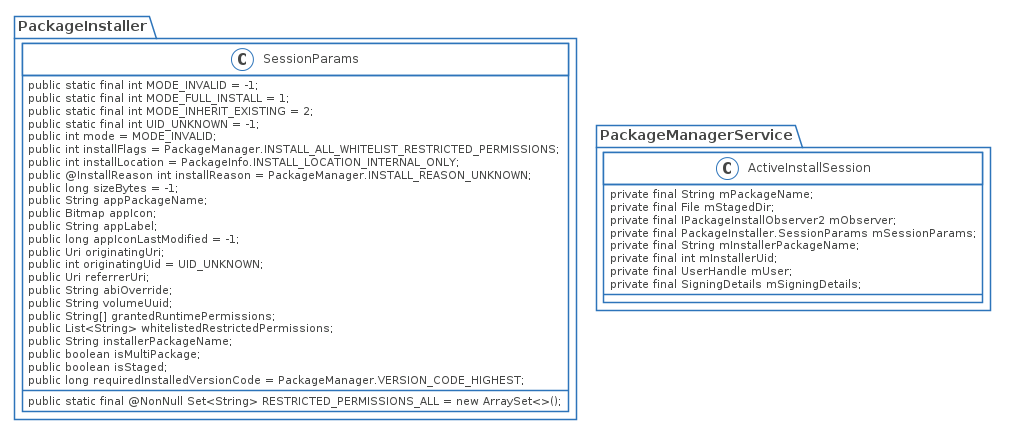
This is source/_posts/android/pkms/package-install/packageinstaller-install-package-class.png from PJH0x0/hexo-backup, a PlantUML export, as it was before one commit. Its diagram source:
```plantuml
@startuml packageinstaller-install-package-class

skinparam shadowing false
skinparam DefaultFontName Proxima Nova
skinparam ArrowColor #00b2e2
skinparam DefaultFontColor #454645

skinparam ActivityBorderColor #2D74BA
skinparam ActivityDiamondBorderColor #2D74BA
skinparam ActorBorderColor #2D74BA
skinparam AgentBorderColor #2D74BA
skinparam ArtifactBorderColor #2D74BA
skinparam BoundaryBorderColor #2D74BA
skinparam CardBorderColor #2D74BA
skinparam ClassBorderColor #2D74BA
skinparam CloudBorderColor #2D74BA
skinparam CollectionsBorderColor #2D74BA
skinparam ComponentBorderColor #2D74BA
skinparam ControlBorderColor #2D74BA
skinparam DatabaseBorderColor #2D74BA
skinparam EntityBorderColor #2D74BA
skinparam FileBorderColor #2D74BA
skinparam FolderBorderColor #2D74BA
skinparam FrameBorderColor #2D74BA
skinparam InterfaceBorderColor #2D74BA
skinparam LegendBorderColor #2D74BA
skinparam NodeBorderColor #2D74BA
skinparam NoteBorderColor #2D74BA
skinparam ObjectBorderColor #2D74BA
skinparam PackageBorderColor #2D74BA
skinparam PageBorderColor #2D74BA
skinparam ParticipantBorderColor #2D74BA
skinparam PartitionBorderColor #2D74BA
skinparam QueueBorderColor #2D74BA
skinparam RectangleBorderColor #2D74BA
skinparam SequenceBoxBorderColor #2D74BA
skinparam SequenceDividerBorderColor #2D74BA
skinparam SequenceGroupBorderColor #2D74BA
skinparam SequenceLifeLineBorderColor #2D74BA
skinparam SequenceReferenceBorderColor #2D74BA
skinparam StackBorderColor #2D74BA
skinparam StateBorderColor #2D74BA
skinparam StereotypeABorderColor #2D74BA
skinparam StereotypeCBorderColor #2D74BA
skinparam StereotypeEBorderColor #2D74BA
skinparam StereotypeIBorderColor #2D74BA
skinparam StereotypeNBorderColor #2D74BA
skinparam StorageBorderColor #2D74BA
skinparam SwimlaneBorderColor #2D74BA
skinparam UsecaseBorderColor #2D74BA

skinparam ActivityBackgroundColor #FFFFFF
skinparam ActivityDiamondBackgroundColor #FFFFFF
skinparam ActorBackgroundColor #FFFFFF
skinparam AgentBackgroundColor #FFFFFF
skinparam ArtifactBackgroundColor #FFFFFF
skinparam BackgroundColor #FFFFFF
skinparam BoundaryBackgroundColor #FFFFFF
skinparam CardBackgroundColor #FFFFFF
skinparam ClassBackgroundColor #FFFFFF
skinparam ClassHeaderBackgroundColor #FFFFFF
skinparam CloudBackgroundColor #FFFFFF
skinparam CollectionsBackgroundColor #FFFFFF
skinparam ComponentBackgroundColor #FFFFFF
skinparam ControlBackgroundColor #FFFFFF
skinparam DatabaseBackgroundColor #FFFFFF
skinparam EntityBackgroundColor #FFFFFF
skinparam FileBackgroundColor #FFFFFF
skinparam FolderBackgroundColor #FFFFFF
skinparam FrameBackgroundColor #FFFFFF
skinparam IconPackageBackgroundColor #FFFFFF
skinparam IconPrivateBackgroundColor #FFFFFF
skinparam IconProtectedBackgroundColor #FFFFFF
skinparam IconPublicBackgroundColor #FFFFFF
skinparam InterfaceBackgroundColor #FFFFFF
skinparam LegendBackgroundColor #FFFFFF
skinparam NodeBackgroundColor #FFFFFF
skinparam NoteBackgroundColor #FFFFFF
skinparam ObjectBackgroundColor #FFFFFF
skinparam PackageBackgroundColor #FFFFFF
skinparam ParticipantBackgroundColor #FFFFFF
skinparam PartitionBackgroundColor #FFFFFF
skinparam QueueBackgroundColor #FFFFFF
skinparam RectangleBackgroundColor #FFFFFF
skinparam SequenceBoxBackgroundColor #FFFFFF
skinparam SequenceDividerBackgroundColor #FFFFFF
skinparam SequenceGroupBackgroundColor #FFFFFF
skinparam SequenceGroupBodyBackgroundColor #FFFFFF
skinparam SequenceLifeLineBackgroundColor #FFFFFF
skinparam SequenceReferenceBackgroundColor #FFFFFF
skinparam SequenceReferenceHeaderBackgroundColor #FFFFFF
skinparam StackBackgroundColor #FFFFFF
skinparam StateBackgroundColor #FFFFFF
skinparam StereotypeABackgroundColor #FFFFFF
skinparam StereotypeCBackgroundColor #FFFFFF
skinparam StereotypeEBackgroundColor #FFFFFF
skinparam StereotypeIBackgroundColor #FFFFFF
skinparam StereotypeNBackgroundColor #FFFFFF
skinparam StorageBackgroundColor #FFFFFF
skinparam TitleBackgroundColor #FFFFFF
skinparam UsecaseBackgroundColor #FFFFFF

skinparam ActivityStartColor #454645
skinparam ActivityEndColor #454645
skinparam StateStartColor #454645
skinparam StateEndColor #454645
class PackageInstaller.SessionParams {
    public static final int MODE_INVALID = -1;
    public static final int MODE_FULL_INSTALL = 1;
    public static final int MODE_INHERIT_EXISTING = 2;
    public static final @NonNull Set<String> RESTRICTED_PERMISSIONS_ALL = new ArraySet<>();
    public static final int UID_UNKNOWN = -1;
    public int mode = MODE_INVALID;
    public int installFlags = PackageManager.INSTALL_ALL_WHITELIST_RESTRICTED_PERMISSIONS;
    public int installLocation = PackageInfo.INSTALL_LOCATION_INTERNAL_ONLY;
    public @InstallReason int installReason = PackageManager.INSTALL_REASON_UNKNOWN;
    public long sizeBytes = -1;
    public String appPackageName;
    public Bitmap appIcon;
    public String appLabel;
    public long appIconLastModified = -1;
    public Uri originatingUri;
    public int originatingUid = UID_UNKNOWN;
    public Uri referrerUri;
    public String abiOverride;
    public String volumeUuid;
    public String[] grantedRuntimePermissions;
    public List<String> whitelistedRestrictedPermissions;
    public String installerPackageName;
    public boolean isMultiPackage;
    public boolean isStaged;
    public long requiredInstalledVersionCode = PackageManager.VERSION_CODE_HIGHEST;
}
class PackageManagerService.ActiveInstallSession {
    private final String mPackageName;
    private final File mStagedDir;
    private final IPackageInstallObserver2 mObserver;
    private final PackageInstaller.SessionParams mSessionParams;
    private final String mInstallerPackageName;
    private final int mInstallerUid;
    private final UserHandle mUser;
    private final SigningDetails mSigningDetails;
}
@enduml
```
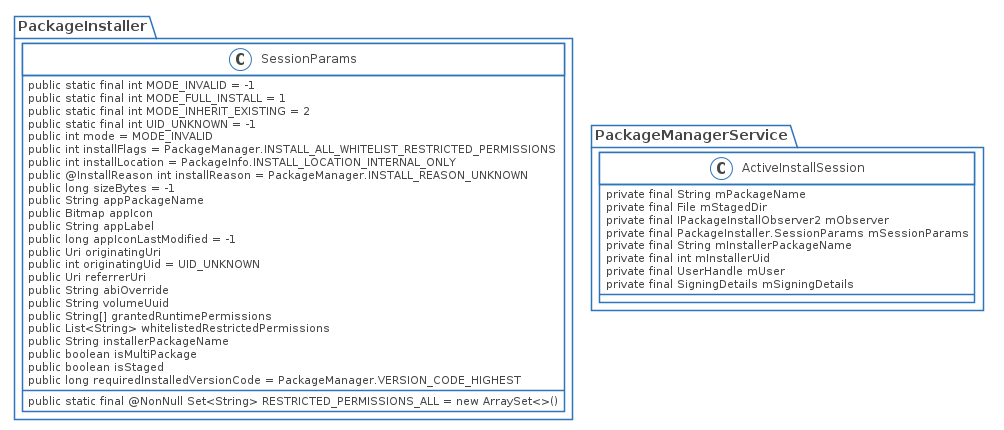
The same file after the commit.

Commit message:
<20200703><Update package install>

Change to the diagram source:
```diff
@@ -105,40 +105,40 @@
 skinparam StateStartColor #454645
 skinparam StateEndColor #454645
 class PackageInstaller.SessionParams {
-    public static final int MODE_INVALID = -1;
-    public static final int MODE_FULL_INSTALL = 1;
-    public static final int MODE_INHERIT_EXISTING = 2;
-    public static final @NonNull Set<String> RESTRICTED_PERMISSIONS_ALL = new ArraySet<>();
-    public static final int UID_UNKNOWN = -1;
-    public int mode = MODE_INVALID;
-    public int installFlags = PackageManager.INSTALL_ALL_WHITELIST_RESTRICTED_PERMISSIONS;
-    public int installLocation = PackageInfo.INSTALL_LOCATION_INTERNAL_ONLY;
-    public @InstallReason int installReason = PackageManager.INSTALL_REASON_UNKNOWN;
-    public long sizeBytes = -1;
-    public String appPackageName;
-    public Bitmap appIcon;
-    public String appLabel;
-    public long appIconLastModified = -1;
-    public Uri originatingUri;
-    public int originatingUid = UID_UNKNOWN;
-    public Uri referrerUri;
-    public String abiOverride;
-    public String volumeUuid;
-    public String[] grantedRuntimePermissions;
-    public List<String> whitelistedRestrictedPermissions;
-    public String installerPackageName;
-    public boolean isMultiPackage;
-    public boolean isStaged;
-    public long requiredInstalledVersionCode = PackageManager.VERSION_CODE_HIGHEST;
+    public static final int MODE_INVALID = -1
+    public static final int MODE_FULL_INSTALL = 1
+    public static final int MODE_INHERIT_EXISTING = 2
+    public static final @NonNull Set<String> RESTRICTED_PERMISSIONS_ALL = new ArraySet<>()
+    public static final int UID_UNKNOWN = -1
+    public int mode = MODE_INVALID
+    public int installFlags = PackageManager.INSTALL_ALL_WHITELIST_RESTRICTED_PERMISSIONS
+    public int installLocation = PackageInfo.INSTALL_LOCATION_INTERNAL_ONLY
+    public @InstallReason int installReason = PackageManager.INSTALL_REASON_UNKNOWN
+    public long sizeBytes = -1
+    public String appPackageName
+    public Bitmap appIcon
+    public String appLabel
+    public long appIconLastModified = -1
+    public Uri originatingUri
+    public int originatingUid = UID_UNKNOWN
+    public Uri referrerUri
+    public String abiOverride
+    public String volumeUuid
+    public String[] grantedRuntimePermissions
+    public List<String> whitelistedRestrictedPermissions
+    public String installerPackageName
+    public boolean isMultiPackage
+    public boolean isStaged
+    public long requiredInstalledVersionCode = PackageManager.VERSION_CODE_HIGHEST
 }
 class PackageManagerService.ActiveInstallSession {
-    private final String mPackageName;
-    private final File mStagedDir;
-    private final IPackageInstallObserver2 mObserver;
-    private final PackageInstaller.SessionParams mSessionParams;
-    private final String mInstallerPackageName;
-    private final int mInstallerUid;
-    private final UserHandle mUser;
-    private final SigningDetails mSigningDetails;
+    private final String mPackageName
+    private final File mStagedDir
+    private final IPackageInstallObserver2 mObserver
+    private final PackageInstaller.SessionParams mSessionParams
+    private final String mInstallerPackageName
+    private final int mInstallerUid
+    private final UserHandle mUser
+    private final SigningDetails mSigningDetails
 }
 @enduml
```
